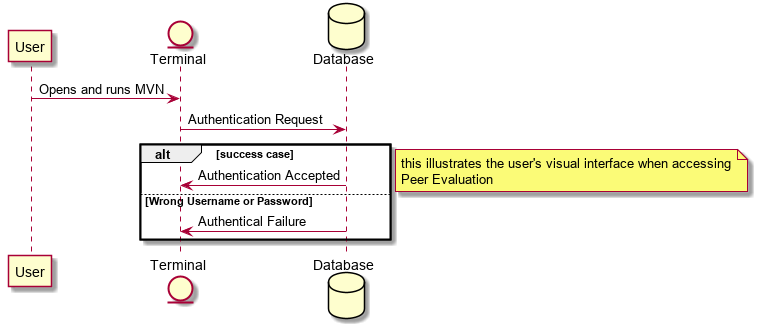
Above: uml/purple-sequence-3-mem19b.png in mhixson13/Team-Purple (PlantUML), before the change.
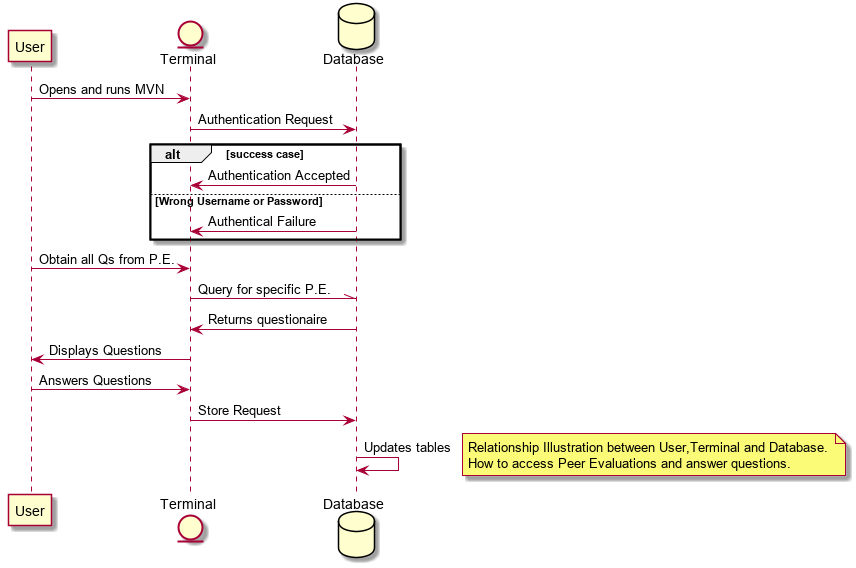
Later version of the same file.

Commit message:
3rd UML Sequence Diagram

Change to the diagram source:
```diff
@@ -12,9 +12,18 @@
     Database -> Terminal : Authentical Failure
 end
 
+User -> Terminal: Obtain all Qs from P.E.
+Terminal -\\ Database: Query for specific P.E.
+Database -> Terminal: Returns questionaire
+Terminal -> User : Displays Questions
+User -> Terminal : Answers Questions
+Terminal -> Database : Store Request
+Database -> Database : Updates tables
+
+
 note right
-    this illustrates the user's visual interface when accessing
-    Peer Evaluation
+    Relationship Illustration between User,Terminal and Database.
+    How to access Peer Evaluations and answer questions.
 end note
 
 @enduml
```
